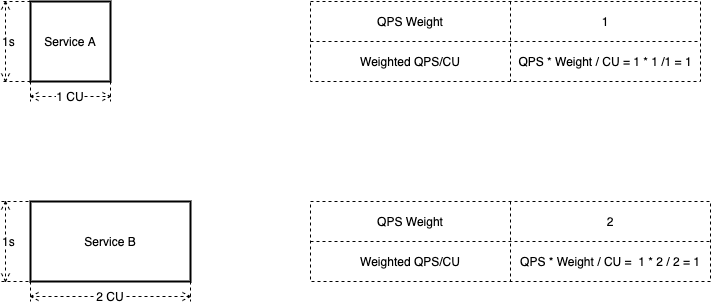
Above: 2021-11-how-independent-scaling-helps-with-performance/rt-setup.drawio.png in chenjianjx/cjx-diagrams (draw.io), before the change. Source tidied: cells renumbered, new cells last; positions are measured from the earlier drawing's top-left corner, leaving out a move shared by most shapes. Source of this version:
```xml
<mxGraphModel>
  <root>
    <mxCell id="0" />
    <mxCell id="1" parent="0" />
    <mxCell id="2" value="Service A" style="rounded=0;whiteSpace=wrap;html=1;strokeWidth=2;" parent="1" vertex="1">
      <mxGeometry x="30" width="80" height="80" as="geometry" />
    </mxCell>
    <mxCell id="3" value="1 CU" style="shape=dimension;whiteSpace=wrap;html=1;align=center;verticalAlign=bottom;spacingBottom=-5;labelBackgroundColor=#ffffff;dashed=1;" parent="1" vertex="1">
      <mxGeometry x="30" y="20" width="80" height="80" as="geometry" />
    </mxCell>
    <mxCell id="4" value="1s" style="shape=dimension;direction=south;whiteSpace=wrap;html=1;align=left;verticalAlign=middle;labelBackgroundColor=#ffffff;dashed=1;" parent="1" vertex="1">
      <mxGeometry width="30" height="80" as="geometry" />
    </mxCell>
    <mxCell id="5" value="Service B" style="rounded=0;whiteSpace=wrap;html=1;strokeWidth=2;" parent="1" vertex="1">
      <mxGeometry x="30" y="200" width="160" height="80" as="geometry" />
    </mxCell>
    <mxCell id="6" value="2 CU" style="shape=dimension;whiteSpace=wrap;html=1;align=center;verticalAlign=bottom;spacingBottom=-5;labelBackgroundColor=#ffffff;dashed=1;" parent="1" vertex="1">
      <mxGeometry x="30" y="280" width="160" height="20" as="geometry" />
    </mxCell>
    <mxCell id="7" value="1s" style="shape=dimension;direction=south;whiteSpace=wrap;html=1;align=left;verticalAlign=middle;labelBackgroundColor=#ffffff;dashed=1;" parent="1" vertex="1">
      <mxGeometry y="200" width="40" height="80" as="geometry" />
    </mxCell>
    <mxCell id="8" style="shape=table;html=1;whiteSpace=wrap;startSize=0;dashed=1;verticalAlign=bottom;" parent="1" vertex="1">
      <mxGeometry x="310" width="390" height="80" as="geometry" />
    </mxCell>
    <mxCell id="9" style="shape=partialRectangle;html=1;whiteSpace=wrap;fillColor=none;top=0;left=0;bottom=0;right=0;" parent="8" vertex="1">
      <mxGeometry width="390" height="40" as="geometry" />
    </mxCell>
    <mxCell id="10" value="&lt;span&gt;QPS Weight&lt;/span&gt;" style="shape=partialRectangle;html=1;whiteSpace=wrap;fillColor=none;top=0;left=0;bottom=0;right=0;overflow=hidden;" parent="9" vertex="1">
      <mxGeometry width="200" height="40" as="geometry" />
    </mxCell>
    <mxCell id="11" value="&lt;span&gt;1&lt;/span&gt;" style="shape=partialRectangle;html=1;whiteSpace=wrap;fillColor=none;top=0;left=0;bottom=0;right=0;overflow=hidden;" parent="9" vertex="1">
      <mxGeometry x="200" width="190" height="40" as="geometry" />
    </mxCell>
    <mxCell id="12" style="shape=partialRectangle;html=1;whiteSpace=wrap;fillColor=none;top=0;left=0;bottom=0;right=0;" parent="8" vertex="1">
      <mxGeometry y="40" width="390" height="40" as="geometry" />
    </mxCell>
    <mxCell id="13" value="Weighted QPS/CU" style="shape=partialRectangle;html=1;whiteSpace=wrap;fillColor=none;top=0;left=0;bottom=0;right=0;overflow=hidden;" parent="12" vertex="1">
      <mxGeometry width="200" height="40" as="geometry" />
    </mxCell>
    <mxCell id="14" value="QPS * Weight / CU = 1 * 1 /1 = 1" style="shape=partialRectangle;html=1;whiteSpace=wrap;fillColor=none;top=0;left=0;bottom=0;right=0;overflow=hidden;" parent="12" vertex="1">
      <mxGeometry x="200" width="190" height="40" as="geometry" />
    </mxCell>
    <mxCell id="15" style="shape=table;html=1;whiteSpace=wrap;startSize=0;dashed=1;verticalAlign=bottom;" parent="1" vertex="1">
      <mxGeometry x="310" y="200" width="400" height="80" as="geometry" />
    </mxCell>
    <mxCell id="16" style="shape=partialRectangle;html=1;whiteSpace=wrap;fillColor=none;top=0;left=0;bottom=0;right=0;" parent="15" vertex="1">
      <mxGeometry width="400" height="40" as="geometry" />
    </mxCell>
    <mxCell id="17" value="&lt;span&gt;QPS Weight&lt;/span&gt;" style="shape=partialRectangle;html=1;whiteSpace=wrap;fillColor=none;top=0;left=0;bottom=0;right=0;overflow=hidden;" parent="16" vertex="1">
      <mxGeometry width="200" height="40" as="geometry" />
    </mxCell>
    <mxCell id="18" value="&lt;span&gt;2&lt;/span&gt;" style="shape=partialRectangle;html=1;whiteSpace=wrap;fillColor=none;top=0;left=0;bottom=0;right=0;overflow=hidden;" parent="16" vertex="1">
      <mxGeometry x="200" width="200" height="40" as="geometry" />
    </mxCell>
    <mxCell id="19" style="shape=partialRectangle;html=1;whiteSpace=wrap;fillColor=none;top=0;left=0;bottom=0;right=0;" parent="15" vertex="1">
      <mxGeometry y="40" width="400" height="40" as="geometry" />
    </mxCell>
    <mxCell id="20" value="Weighted QPS/CU" style="shape=partialRectangle;html=1;whiteSpace=wrap;fillColor=none;top=0;left=0;bottom=0;right=0;overflow=hidden;" parent="19" vertex="1">
      <mxGeometry width="200" height="40" as="geometry" />
    </mxCell>
    <mxCell id="21" value="QPS * Weight / CU =&amp;nbsp; 1 * 2 / 2 = 1" style="shape=partialRectangle;html=1;whiteSpace=wrap;fillColor=none;top=0;left=0;bottom=0;right=0;overflow=hidden;" parent="19" vertex="1">
      <mxGeometry x="200" width="200" height="40" as="geometry" />
    </mxCell>
  </root>
</mxGraphModel>
```
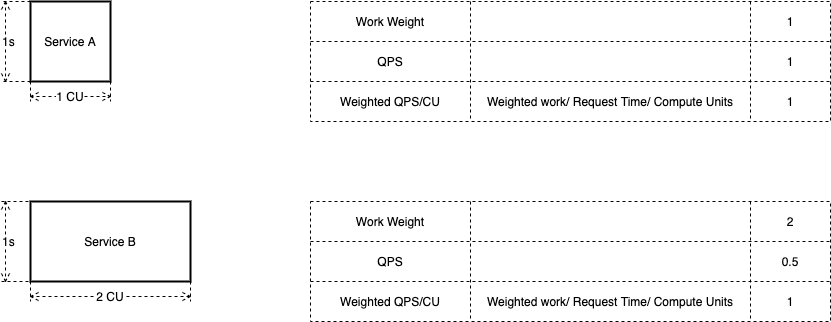
Later version of the same file.

The edit, as a diff of the source:
```diff
@@ -21,46 +21,82 @@
       <mxGeometry y="200" width="40" height="80" as="geometry" />
     </mxCell>
     <mxCell id="8" style="shape=table;html=1;whiteSpace=wrap;startSize=0;dashed=1;verticalAlign=bottom;" parent="1" vertex="1">
-      <mxGeometry x="310" width="390" height="80" as="geometry" />
+      <mxGeometry x="310" width="520" height="120" as="geometry" />
     </mxCell>
     <mxCell id="9" style="shape=partialRectangle;html=1;whiteSpace=wrap;fillColor=none;top=0;left=0;bottom=0;right=0;" parent="8" vertex="1">
-      <mxGeometry width="390" height="40" as="geometry" />
+      <mxGeometry width="520" height="40" as="geometry" />
     </mxCell>
-    <mxCell id="10" value="&lt;span&gt;QPS Weight&lt;/span&gt;" style="shape=partialRectangle;html=1;whiteSpace=wrap;fillColor=none;top=0;left=0;bottom=0;right=0;overflow=hidden;" parent="9" vertex="1">
-      <mxGeometry width="200" height="40" as="geometry" />
+    <mxCell id="10" value="&lt;span&gt;Work Weight&lt;/span&gt;" style="shape=partialRectangle;html=1;whiteSpace=wrap;fillColor=none;top=0;left=0;bottom=0;right=0;overflow=hidden;" parent="9" vertex="1">
+      <mxGeometry width="160" height="40" as="geometry" />
     </mxCell>
-    <mxCell id="11" value="&lt;span&gt;1&lt;/span&gt;" style="shape=partialRectangle;html=1;whiteSpace=wrap;fillColor=none;top=0;left=0;bottom=0;right=0;overflow=hidden;" parent="9" vertex="1">
-      <mxGeometry x="200" width="190" height="40" as="geometry" />
+    <mxCell id="11" style="shape=partialRectangle;html=1;whiteSpace=wrap;fillColor=none;top=0;left=0;bottom=0;right=0;overflow=hidden;" parent="9" vertex="1">
+      <mxGeometry x="160" width="280" height="40" as="geometry" />
     </mxCell>
+    <mxCell id="22" value="&lt;span&gt;1&lt;/span&gt;" style="shape=partialRectangle;html=1;whiteSpace=wrap;fillColor=none;top=0;left=0;bottom=0;right=0;overflow=hidden;" parent="9" vertex="1">
+      <mxGeometry x="440" width="80" height="40" as="geometry" />
+    </mxCell>
+    <mxCell id="23" style="shape=partialRectangle;html=1;whiteSpace=wrap;fillColor=none;top=0;left=0;bottom=0;right=0;" parent="8" vertex="1">
+      <mxGeometry y="40" width="520" height="40" as="geometry" />
+    </mxCell>
+    <mxCell id="24" value="QPS" style="shape=partialRectangle;html=1;whiteSpace=wrap;fillColor=none;top=0;left=0;bottom=0;right=0;overflow=hidden;" parent="23" vertex="1">
+      <mxGeometry width="160" height="40" as="geometry" />
+    </mxCell>
+    <mxCell id="25" style="shape=partialRectangle;html=1;whiteSpace=wrap;fillColor=none;top=0;left=0;bottom=0;right=0;overflow=hidden;" parent="23" vertex="1">
+      <mxGeometry x="160" width="280" height="40" as="geometry" />
+    </mxCell>
+    <mxCell id="26" value="1" style="shape=partialRectangle;html=1;whiteSpace=wrap;fillColor=none;top=0;left=0;bottom=0;right=0;overflow=hidden;" parent="23" vertex="1">
+      <mxGeometry x="440" width="80" height="40" as="geometry" />
+    </mxCell>
     <mxCell id="12" style="shape=partialRectangle;html=1;whiteSpace=wrap;fillColor=none;top=0;left=0;bottom=0;right=0;" parent="8" vertex="1">
-      <mxGeometry y="40" width="390" height="40" as="geometry" />
+      <mxGeometry y="80" width="520" height="40" as="geometry" />
     </mxCell>
     <mxCell id="13" value="Weighted QPS/CU" style="shape=partialRectangle;html=1;whiteSpace=wrap;fillColor=none;top=0;left=0;bottom=0;right=0;overflow=hidden;" parent="12" vertex="1">
-      <mxGeometry width="200" height="40" as="geometry" />
+      <mxGeometry width="160" height="40" as="geometry" />
     </mxCell>
-    <mxCell id="14" value="QPS * Weight / CU = 1 * 1 /1 = 1" style="shape=partialRectangle;html=1;whiteSpace=wrap;fillColor=none;top=0;left=0;bottom=0;right=0;overflow=hidden;" parent="12" vertex="1">
-      <mxGeometry x="200" width="190" height="40" as="geometry" />
+    <mxCell id="14" value="Weighted work/ Request Time/ Compute Units" style="shape=partialRectangle;html=1;whiteSpace=wrap;fillColor=none;top=0;left=0;bottom=0;right=0;overflow=hidden;" parent="12" vertex="1">
+      <mxGeometry x="160" width="280" height="40" as="geometry" />
     </mxCell>
+    <mxCell id="27" value="1" style="shape=partialRectangle;html=1;whiteSpace=wrap;fillColor=none;top=0;left=0;bottom=0;right=0;overflow=hidden;" parent="12" vertex="1">
+      <mxGeometry x="440" width="80" height="40" as="geometry" />
+    </mxCell>
     <mxCell id="15" style="shape=table;html=1;whiteSpace=wrap;startSize=0;dashed=1;verticalAlign=bottom;" parent="1" vertex="1">
-      <mxGeometry x="310" y="200" width="400" height="80" as="geometry" />
+      <mxGeometry x="310" y="200" width="520" height="120" as="geometry" />
     </mxCell>
     <mxCell id="16" style="shape=partialRectangle;html=1;whiteSpace=wrap;fillColor=none;top=0;left=0;bottom=0;right=0;" parent="15" vertex="1">
-      <mxGeometry width="400" height="40" as="geometry" />
+      <mxGeometry width="520" height="40" as="geometry" />
     </mxCell>
-    <mxCell id="17" value="&lt;span&gt;QPS Weight&lt;/span&gt;" style="shape=partialRectangle;html=1;whiteSpace=wrap;fillColor=none;top=0;left=0;bottom=0;right=0;overflow=hidden;" parent="16" vertex="1">
-      <mxGeometry width="200" height="40" as="geometry" />
+    <mxCell id="17" value="&lt;span&gt;Work Weight&lt;/span&gt;" style="shape=partialRectangle;html=1;whiteSpace=wrap;fillColor=none;top=0;left=0;bottom=0;right=0;overflow=hidden;" parent="16" vertex="1">
+      <mxGeometry width="160" height="40" as="geometry" />
     </mxCell>
-    <mxCell id="18" value="&lt;span&gt;2&lt;/span&gt;" style="shape=partialRectangle;html=1;whiteSpace=wrap;fillColor=none;top=0;left=0;bottom=0;right=0;overflow=hidden;" parent="16" vertex="1">
-      <mxGeometry x="200" width="200" height="40" as="geometry" />
+    <mxCell id="18" style="shape=partialRectangle;html=1;whiteSpace=wrap;fillColor=none;top=0;left=0;bottom=0;right=0;overflow=hidden;" parent="16" vertex="1">
+      <mxGeometry x="160" width="280" height="40" as="geometry" />
     </mxCell>
+    <mxCell id="28" value="&lt;span&gt;2&lt;/span&gt;" style="shape=partialRectangle;html=1;whiteSpace=wrap;fillColor=none;top=0;left=0;bottom=0;right=0;overflow=hidden;" parent="16" vertex="1">
+      <mxGeometry x="440" width="80" height="40" as="geometry" />
+    </mxCell>
+    <mxCell id="29" style="shape=partialRectangle;html=1;whiteSpace=wrap;fillColor=none;top=0;left=0;bottom=0;right=0;" parent="15" vertex="1">
+      <mxGeometry y="40" width="520" height="40" as="geometry" />
+    </mxCell>
+    <mxCell id="30" value="QPS" style="shape=partialRectangle;html=1;whiteSpace=wrap;fillColor=none;top=0;left=0;bottom=0;right=0;overflow=hidden;" parent="29" vertex="1">
+      <mxGeometry width="160" height="40" as="geometry" />
+    </mxCell>
+    <mxCell id="31" style="shape=partialRectangle;html=1;whiteSpace=wrap;fillColor=none;top=0;left=0;bottom=0;right=0;overflow=hidden;" parent="29" vertex="1">
+      <mxGeometry x="160" width="280" height="40" as="geometry" />
+    </mxCell>
+    <mxCell id="32" value="0.5" style="shape=partialRectangle;html=1;whiteSpace=wrap;fillColor=none;top=0;left=0;bottom=0;right=0;overflow=hidden;" parent="29" vertex="1">
+      <mxGeometry x="440" width="80" height="40" as="geometry" />
+    </mxCell>
     <mxCell id="19" style="shape=partialRectangle;html=1;whiteSpace=wrap;fillColor=none;top=0;left=0;bottom=0;right=0;" parent="15" vertex="1">
-      <mxGeometry y="40" width="400" height="40" as="geometry" />
+      <mxGeometry y="80" width="520" height="40" as="geometry" />
     </mxCell>
     <mxCell id="20" value="Weighted QPS/CU" style="shape=partialRectangle;html=1;whiteSpace=wrap;fillColor=none;top=0;left=0;bottom=0;right=0;overflow=hidden;" parent="19" vertex="1">
-      <mxGeometry width="200" height="40" as="geometry" />
+      <mxGeometry width="160" height="40" as="geometry" />
     </mxCell>
-    <mxCell id="21" value="QPS * Weight / CU =&amp;nbsp; 1 * 2 / 2 = 1" style="shape=partialRectangle;html=1;whiteSpace=wrap;fillColor=none;top=0;left=0;bottom=0;right=0;overflow=hidden;" parent="19" vertex="1">
-      <mxGeometry x="200" width="200" height="40" as="geometry" />
+    <mxCell id="21" value="Weighted work/ Request Time/ Compute Units" style="shape=partialRectangle;html=1;whiteSpace=wrap;fillColor=none;top=0;left=0;bottom=0;right=0;overflow=hidden;" parent="19" vertex="1">
+      <mxGeometry x="160" width="280" height="40" as="geometry" />
     </mxCell>
+    <mxCell id="33" value="1" style="shape=partialRectangle;html=1;whiteSpace=wrap;fillColor=none;top=0;left=0;bottom=0;right=0;overflow=hidden;" parent="19" vertex="1">
+      <mxGeometry x="440" width="80" height="40" as="geometry" />
+    </mxCell>
   </root>
 </mxGraphModel>
```
